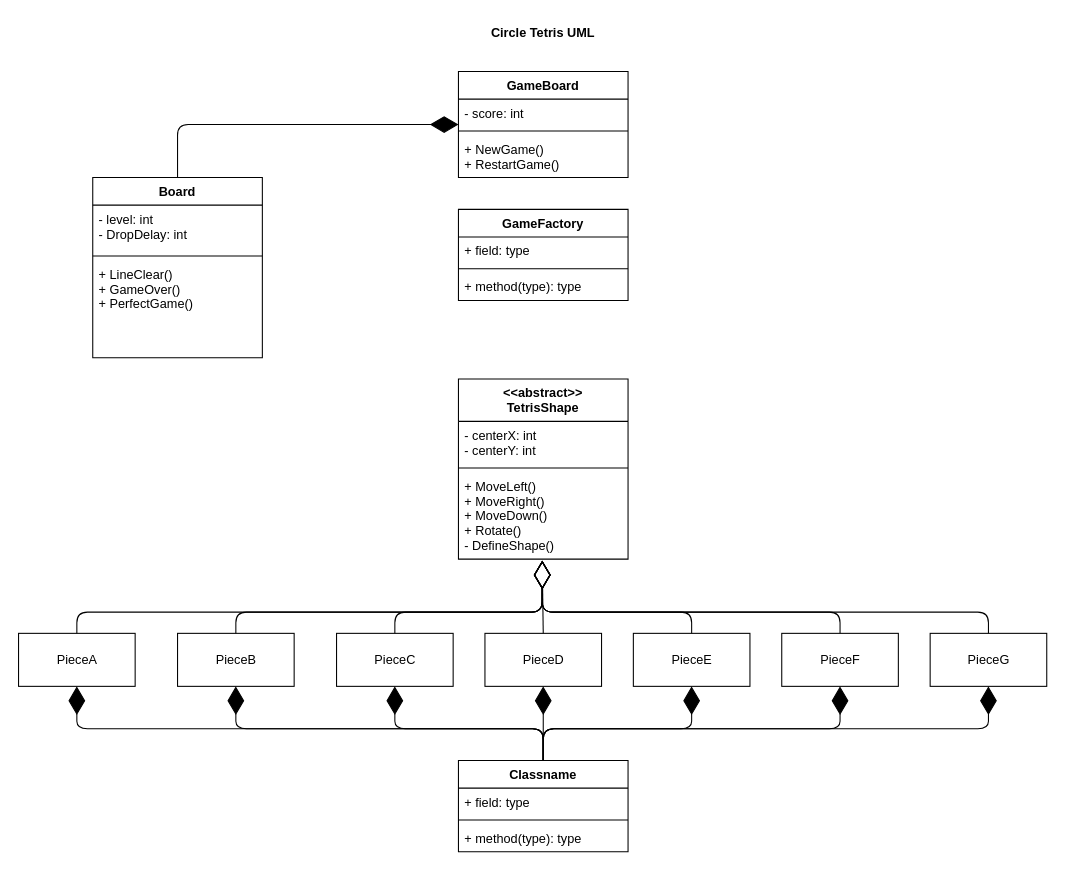
Earlier version of the draw.io diagram CircleTetrisUML.drawio (alpasaam/2020CircleTetrisProject). Source tidied: cells renumbered, new cells numbered last; positions are measured from the earlier drawing's top-left corner, leaving out a move shared by most shapes. Both pictures are drawn from the tidied source at 106%, with x=0, y=0 at pixel (18, 18).
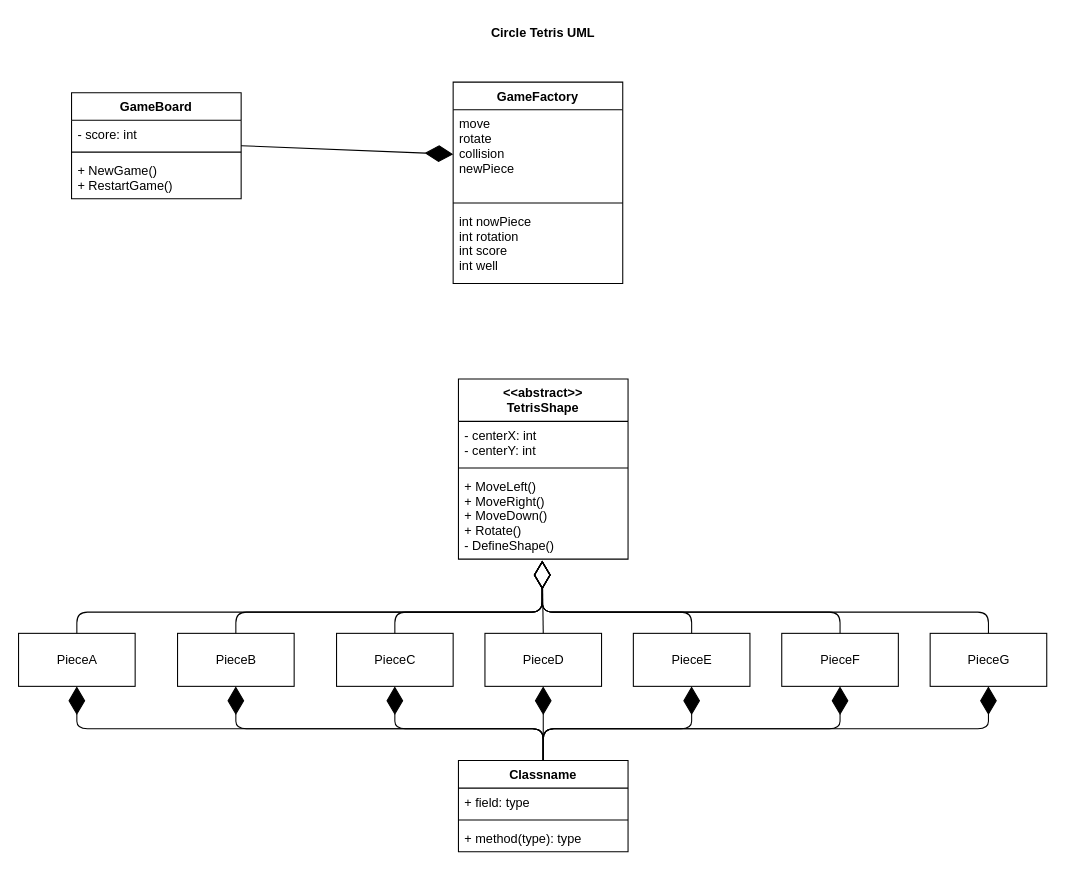
The same diagram, later.

What changed in the source:
```diff
@@
     <mxCell id="3" value="GameBoard" style="swimlane;fontStyle=1;align=center;verticalAlign=top;horizontal=1;startSize=26;" parent="1" vertex="1">
-      <mxGeometry x="415" y="50" width="160" height="100" as="geometry" />
+      <mxGeometry x="50" y="70" width="160" height="100" as="geometry" />
     </mxCell>
@@
     <mxCell id="7" value="GameFactory" style="swimlane;fontStyle=1;align=center;verticalAlign=top;horizontal=1;startSize=26;" parent="1" vertex="1">
-      <mxGeometry x="415" y="180" width="160" height="86" as="geometry" />
+      <mxGeometry x="410" y="60" width="160" height="190" as="geometry" />
     </mxCell>
-    <mxCell id="8" value="+ field: type" style="text;strokeColor=none;fillColor=none;align=left;verticalAlign=top;spacingLeft=4;spacingRight=4;overflow=hidden;points=[[0,0.5],[1,0.5]];portConstraint=eastwest;" parent="7" vertex="1">
-      <mxGeometry y="26" width="160" height="26" as="geometry" />
+    <mxCell id="8" value="move&#10;rotate&#10;collision&#10;newPiece&#10;" style="text;strokeColor=none;fillColor=none;align=left;verticalAlign=top;spacingLeft=4;spacingRight=4;overflow=hidden;points=[[0,0.5],[1,0.5]];portConstraint=eastwest;" parent="7" vertex="1">
+      <mxGeometry y="26" width="160" height="84" as="geometry" />
     </mxCell>
     <mxCell id="9" style="line;strokeWidth=1;fillColor=none;align=left;verticalAlign=middle;spacingTop=-1;spacingLeft=3;spacingRight=3;labelPosition=right;" parent="7" vertex="1">
-      <mxGeometry y="52" width="160" height="8" as="geometry" />
+      <mxGeometry y="110" width="160" height="8" as="geometry" />
     </mxCell>
-    <mxCell id="10" value="+ method(type): type" style="text;strokeColor=none;fillColor=none;align=left;verticalAlign=top;spacingLeft=4;spacingRight=4;overflow=hidden;" parent="7" vertex="1">
-      <mxGeometry y="60" width="160" height="26" as="geometry" />
+    <mxCell id="10" value="int nowPiece&#10;int rotation &#10;int score&#10;int well" style="text;strokeColor=none;fillColor=none;align=left;verticalAlign=top;spacingLeft=4;spacingRight=4;overflow=hidden;" parent="7" vertex="1">
+      <mxGeometry y="118" width="160" height="72" as="geometry" />
     </mxCell>
-    <mxCell id="11" value="Board" style="swimlane;fontStyle=1;align=center;verticalAlign=top;horizontal=1;startSize=26;" parent="1" vertex="1">
-      <mxGeometry x="70" y="150" width="160" height="170" as="geometry" />
-    </mxCell>
-    <mxCell id="12" value="- level: int&#10;- DropDelay: int" style="text;strokeColor=none;fillColor=none;align=left;verticalAlign=top;spacingLeft=4;spacingRight=4;overflow=hidden;" parent="11" vertex="1">
-      <mxGeometry y="26" width="160" height="44" as="geometry" />
-    </mxCell>
-    <mxCell id="13" style="line;strokeWidth=1;fillColor=none;align=left;verticalAlign=middle;spacingTop=-1;spacingLeft=3;spacingRight=3;labelPosition=right;" parent="11" vertex="1">
-      <mxGeometry y="70" width="160" height="8" as="geometry" />
-    </mxCell>
-    <mxCell id="14" value="+ LineClear()&#10;+ GameOver()&#10;+ PerfectGame()" style="text;strokeColor=none;fillColor=none;align=left;verticalAlign=top;spacingLeft=4;spacingRight=4;overflow=hidden;" parent="11" vertex="1">
-      <mxGeometry y="78" width="160" height="92" as="geometry" />
-    </mxCell>
-    <mxCell id="15" style="endArrow=diamondThin;endFill=1;endSize=24;html=1;exitX=0.5;exitY=0;exitDx=0;exitDy=0;entryX=0;entryY=0.5;entryDx=0;entryDy=0;" parent="1" edge="1" source="11" target="3">
-      <mxGeometry relative="1" as="geometry">
-        <Array as="points">
-          <mxPoint x="150" y="100" />
-        </Array>
-      </mxGeometry>
-    </mxCell>
@@
+    <mxCell id="45" style="endArrow=diamondThin;endFill=1;endSize=24;html=1;exitX=1;exitY=0.5;exitDx=0;exitDy=0;entryX=0;entryY=0.5;entryDx=0;entryDy=0;" parent="1" edge="1" source="3" target="8">
+      <mxGeometry relative="1" as="geometry" />
+    </mxCell>
```
